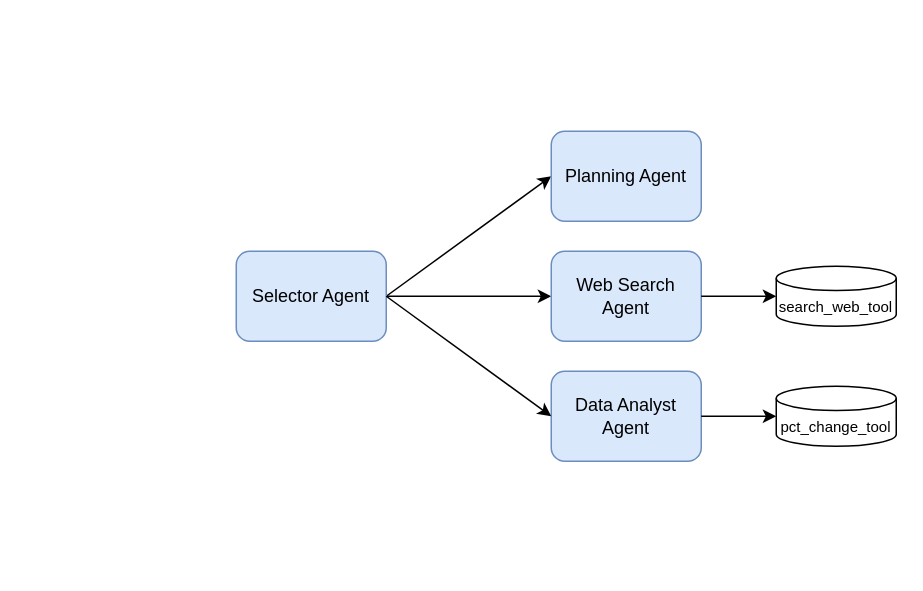
The draw.io diagram python/packages/autogen-core/docs/drawio/selector-group-chat.drawio in microsoft/autogen, before the edit. Source tidied: cells renumbered, new cells numbered last; positions are measured from the earlier drawing's top-left corner, leaving out a move shared by most shapes. Both pictures are drawn from the tidied source at 150%, with x=0, y=0 at pixel (236, 130).
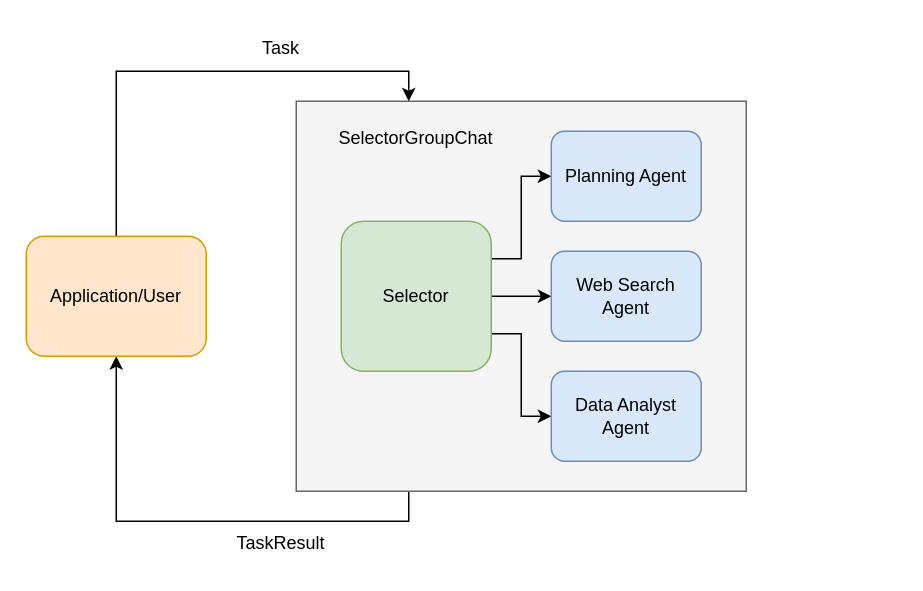
Above is the later version.

What changed in the source:
```diff
@@
 <mxGraphModel>
   <root>
     <mxCell id="0" />
     <mxCell id="1" parent="0" />
+    <mxCell id="13" style="edgeStyle=orthogonalEdgeStyle;rounded=0;jettySize=auto;html=1;exitX=0.25;exitY=1;exitDx=0;exitDy=0;entryX=0.5;entryY=1;entryDx=0;entryDy=0;" parent="1" edge="1" source="14" target="18">
+      <mxGeometry relative="1" as="geometry" />
+    </mxCell>
+    <mxCell id="14" style="rounded=0;whiteSpace=wrap;html=1;fillColor=#f5f5f5;strokeColor=#666666;fontColor=#333333;" parent="1" vertex="1">
+      <mxGeometry x="40" y="-20" width="300" height="260" as="geometry" />
+    </mxCell>
-    <mxCell id="2" style="rounded=0;jettySize=auto;html=1;entryX=0;entryY=0.5;entryDx=0;entryDy=0;exitX=1;exitY=0.5;exitDx=0;exitDy=0;" parent="1" edge="1" source="4" target="6">
+    <mxCell id="2" style="edgeStyle=orthogonalEdgeStyle;rounded=0;jettySize=auto;html=1;exitX=1;exitY=0.25;exitDx=0;exitDy=0;entryX=0;entryY=0.5;entryDx=0;entryDy=0;" parent="1" edge="1" source="4" target="6">
       <mxGeometry relative="1" as="geometry" />
     </mxCell>
-    <mxCell id="3" style="rounded=0;jettySize=auto;html=1;exitX=1;exitY=0.5;exitDx=0;exitDy=0;entryX=0;entryY=0.5;entryDx=0;entryDy=0;" parent="1" edge="1" source="4" target="5">
+    <mxCell id="3" style="edgeStyle=orthogonalEdgeStyle;rounded=0;jettySize=auto;html=1;exitX=1;exitY=0.5;exitDx=0;exitDy=0;entryX=0;entryY=0.5;entryDx=0;entryDy=0;" parent="1" edge="1" source="4" target="5">
       <mxGeometry relative="1" as="geometry" />
     </mxCell>
+    <mxCell id="15" style="edgeStyle=orthogonalEdgeStyle;rounded=0;jettySize=auto;html=1;exitX=1;exitY=0.75;exitDx=0;exitDy=0;entryX=0;entryY=0.5;entryDx=0;entryDy=0;" parent="1" edge="1" source="4" target="7">
+      <mxGeometry relative="1" as="geometry" />
+    </mxCell>
-    <mxCell id="4" value="Selector Agent" style="rounded=1;whiteSpace=wrap;html=1;fillColor=#dae8fc;strokeColor=#6c8ebf;" parent="1" vertex="1">
-      <mxGeometry y="80" width="100" height="60" as="geometry" />
+    <mxCell id="4" value="Selector" style="rounded=1;whiteSpace=wrap;html=1;fillColor=#d5e8d4;strokeColor=#82b366;verticalAlign=middle;" parent="1" vertex="1">
+      <mxGeometry x="70" y="60" width="100" height="100" as="geometry" />
     </mxCell>
     <mxCell id="5" value="Web Search Agent" style="rounded=1;whiteSpace=wrap;html=1;fillColor=#dae8fc;strokeColor=#6c8ebf;" parent="1" vertex="1">
       <mxGeometry x="210" y="80" width="100" height="60" as="geometry" />
     </mxCell>
     <mxCell id="6" value="Planning Agent" style="rounded=1;whiteSpace=wrap;html=1;fillColor=#dae8fc;strokeColor=#6c8ebf;" parent="1" vertex="1">
       <mxGeometry x="210" width="100" height="60" as="geometry" />
     </mxCell>
     <mxCell id="7" value="Data Analyst&lt;div&gt;Agent&lt;/div&gt;" style="rounded=1;whiteSpace=wrap;html=1;fillColor=#dae8fc;strokeColor=#6c8ebf;" parent="1" vertex="1">
       <mxGeometry x="210" y="160" width="100" height="60" as="geometry" />
     </mxCell>
-    <mxCell id="8" value="&lt;font style=&quot;font-size: 10px;&quot;&gt;search_web_tool&lt;/font&gt;" style="shape=cylinder3;whiteSpace=wrap;html=1;boundedLbl=1;backgroundOutline=1;size=8.069767441860478;" parent="1" vertex="1">
-      <mxGeometry x="360" y="90" width="80" height="40" as="geometry" />
-    </mxCell>
-    <mxCell id="9" value="&lt;font style=&quot;font-size: 10px;&quot;&gt;pct_change_tool&lt;/font&gt;" style="shape=cylinder3;whiteSpace=wrap;html=1;boundedLbl=1;backgroundOutline=1;size=8.069767441860478;" parent="1" vertex="1">
-      <mxGeometry x="360" y="170" width="80" height="40" as="geometry" />
-    </mxCell>
-    <mxCell id="10" style="endArrow=classic;html=1;rounded=0;exitX=1;exitY=0.5;exitDx=0;exitDy=0;entryX=0;entryY=0.5;entryDx=0;entryDy=0;entryPerimeter=0;" parent="1" edge="1" source="5" target="8">
-      <mxGeometry relative="1" as="geometry" />
-    </mxCell>
-    <mxCell id="11" style="endArrow=classic;html=1;rounded=0;exitX=1;exitY=0.5;exitDx=0;exitDy=0;entryX=0;entryY=0.5;entryDx=0;entryDy=0;entryPerimeter=0;" parent="1" edge="1" source="7" target="9">
-      <mxGeometry relative="1" as="geometry" />
-    </mxCell>
-    <mxCell id="12" style="rounded=0;jettySize=auto;html=1;entryX=0;entryY=0.5;entryDx=0;entryDy=0;" parent="1" edge="1" target="7">
-      <mxGeometry relative="1" as="geometry">
-        <mxPoint x="100" y="110" as="sourcePoint" />
-      </mxGeometry>
-    </mxCell>
+    <mxCell id="16" value="SelectorGroupChat" style="text;html=1;align=center;verticalAlign=middle;whiteSpace=wrap;rounded=0;" parent="1" vertex="1">
+      <mxGeometry x="45" y="-10" width="150" height="30" as="geometry" />
+    </mxCell>
+    <mxCell id="17" style="edgeStyle=orthogonalEdgeStyle;rounded=0;jettySize=auto;html=1;entryX=0.25;entryY=0;entryDx=0;entryDy=0;exitX=0.5;exitY=0;exitDx=0;exitDy=0;" parent="1" edge="1" source="18" target="14">
+      <mxGeometry relative="1" as="geometry" />
+    </mxCell>
+    <mxCell id="18" value="Application/User" style="rounded=1;whiteSpace=wrap;html=1;fillColor=#ffe6cc;strokeColor=#d79b00;" parent="1" vertex="1">
+      <mxGeometry x="-140" y="70" width="120" height="80" as="geometry" />
+    </mxCell>
+    <mxCell id="19" value="Task" style="text;html=1;align=center;verticalAlign=middle;whiteSpace=wrap;rounded=0;" parent="1" vertex="1">
+      <mxGeometry y="-70" width="60" height="30" as="geometry" />
+    </mxCell>
+    <mxCell id="20" value="TaskResult" style="text;html=1;align=center;verticalAlign=middle;whiteSpace=wrap;rounded=0;" parent="1" vertex="1">
+      <mxGeometry y="260" width="60" height="30" as="geometry" />
+    </mxCell>
   </root>
 </mxGraphModel>
```
